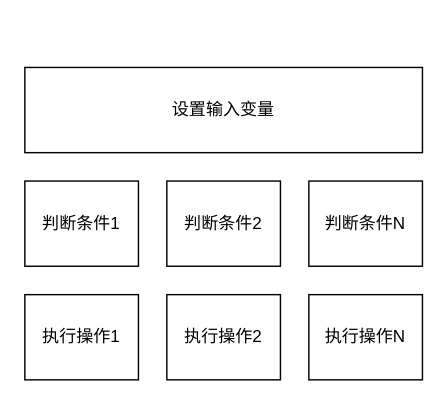
The draw.io diagram page "Page-4" (4 of 4) of 数据中台.drawio in michael0817/wing, before the edit. Source tidied: cells renumbered, new cells numbered last; positions are measured from the earlier drawing's top-left corner, leaving out a move shared by most shapes. Both pictures are drawn from the tidied source at 142%, with x=0, y=0 at pixel (24, 67).
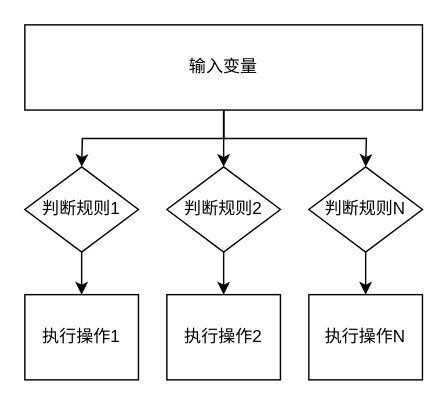
Above is the later version.

Change to the diagram source:
```diff
@@
 <mxGraphModel>
   <root>
     <mxCell id="0" />
     <mxCell id="1" parent="0" />
+    <mxCell id="9" style="edgeStyle=orthogonalEdgeStyle;rounded=0;jettySize=auto;html=1;" parent="1" edge="1" source="2">
+      <mxGeometry relative="1" as="geometry">
+        <mxPoint x="40" y="70" as="targetPoint" />
+      </mxGeometry>
+    </mxCell>
+    <mxCell id="10" style="edgeStyle=orthogonalEdgeStyle;rounded=0;jettySize=auto;html=1;" parent="1" edge="1" source="2">
+      <mxGeometry relative="1" as="geometry">
+        <mxPoint x="140" y="70" as="targetPoint" />
+      </mxGeometry>
+    </mxCell>
+    <mxCell id="11" style="edgeStyle=orthogonalEdgeStyle;rounded=0;jettySize=auto;html=1;" parent="1" edge="1" source="2">
+      <mxGeometry relative="1" as="geometry">
+        <mxPoint x="240" y="70" as="targetPoint" />
+      </mxGeometry>
+    </mxCell>
-    <mxCell id="2" value="设置输入变量" style="rounded=0;whiteSpace=wrap;html=1;" parent="1" vertex="1">
-      <mxGeometry width="280" height="60" as="geometry" />
+    <mxCell id="2" value="输入变量" style="rounded=0;whiteSpace=wrap;html=1;" parent="1" vertex="1">
+      <mxGeometry y="-30" width="280" height="60" as="geometry" />
     </mxCell>
-    <mxCell id="3" value="判断条件1" style="rounded=0;whiteSpace=wrap;html=1;" parent="1" vertex="1">
-      <mxGeometry y="80" width="80" height="60" as="geometry" />
-    </mxCell>
     <mxCell id="4" value="执行操作1" style="rounded=0;whiteSpace=wrap;html=1;" parent="1" vertex="1">
       <mxGeometry y="160" width="80" height="60" as="geometry" />
     </mxCell>
-    <mxCell id="5" value="判断条件2" style="rounded=0;whiteSpace=wrap;html=1;" parent="1" vertex="1">
-      <mxGeometry x="100" y="80" width="80" height="60" as="geometry" />
-    </mxCell>
     <mxCell id="6" value="执行操作2" style="rounded=0;whiteSpace=wrap;html=1;" parent="1" vertex="1">
       <mxGeometry x="100" y="160" width="80" height="60" as="geometry" />
     </mxCell>
-    <mxCell id="7" value="判断条件N" style="rounded=0;whiteSpace=wrap;html=1;" parent="1" vertex="1">
-      <mxGeometry x="200" y="80" width="80" height="60" as="geometry" />
-    </mxCell>
     <mxCell id="8" value="执行操作N" style="rounded=0;whiteSpace=wrap;html=1;" parent="1" vertex="1">
       <mxGeometry x="200" y="160" width="80" height="60" as="geometry" />
     </mxCell>
+    <mxCell id="12" style="edgeStyle=orthogonalEdgeStyle;rounded=0;jettySize=auto;html=1;" parent="1" edge="1" source="13" target="4">
+      <mxGeometry relative="1" as="geometry" />
+    </mxCell>
+    <mxCell id="13" value="判断规则1" style="rhombus;whiteSpace=wrap;html=1;" parent="1" vertex="1">
+      <mxGeometry y="70" width="80" height="60" as="geometry" />
+    </mxCell>
+    <mxCell id="14" style="edgeStyle=orthogonalEdgeStyle;rounded=0;jettySize=auto;html=1;" parent="1" edge="1" source="15" target="6">
+      <mxGeometry relative="1" as="geometry" />
+    </mxCell>
+    <mxCell id="15" value="判断规则2" style="rhombus;whiteSpace=wrap;html=1;" parent="1" vertex="1">
+      <mxGeometry x="100" y="70" width="80" height="60" as="geometry" />
+    </mxCell>
+    <mxCell id="16" style="edgeStyle=orthogonalEdgeStyle;rounded=0;jettySize=auto;html=1;" parent="1" edge="1" source="17" target="8">
+      <mxGeometry relative="1" as="geometry" />
+    </mxCell>
+    <mxCell id="17" value="判断规则N" style="rhombus;whiteSpace=wrap;html=1;" parent="1" vertex="1">
+      <mxGeometry x="200" y="70" width="80" height="60" as="geometry" />
+    </mxCell>
   </root>
 </mxGraphModel>
```
